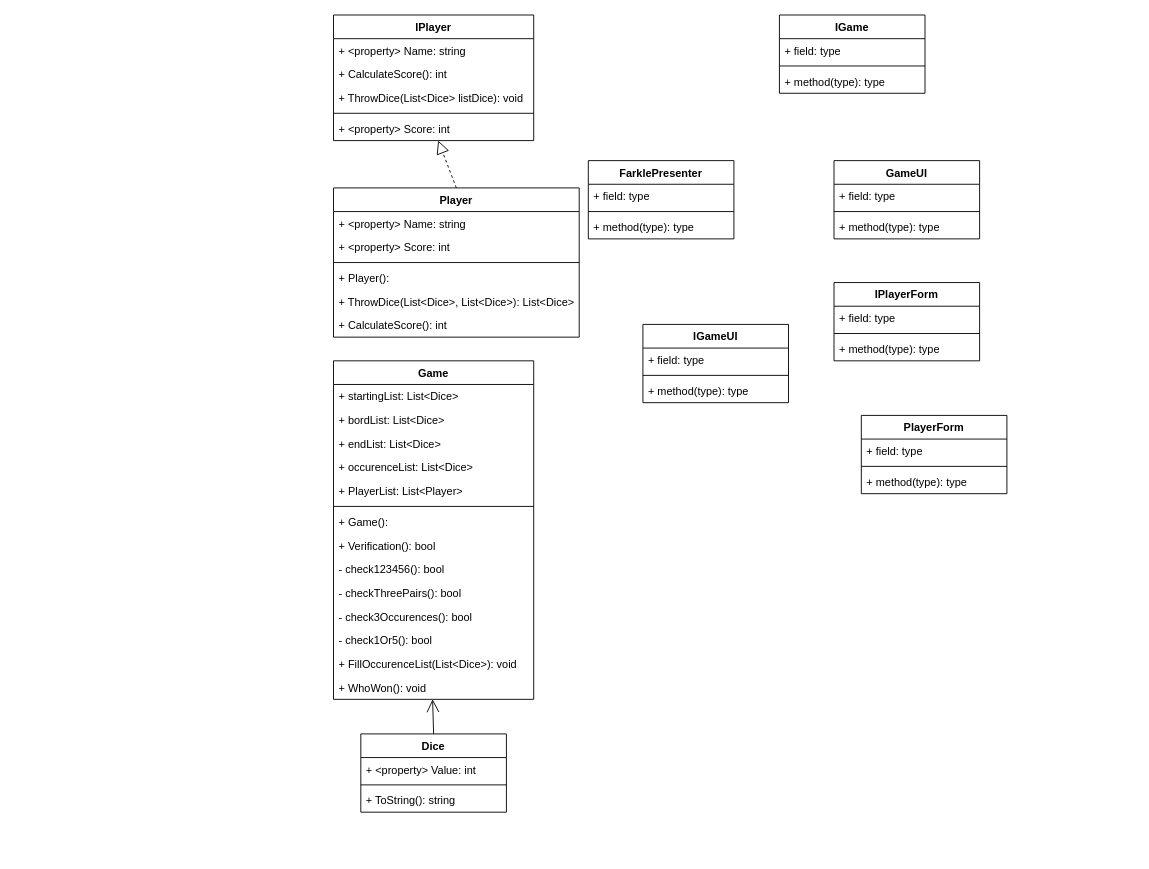
Above: FarkleUML.drawio in EricFunes/Farkle (draw.io), before the change. Source tidied: cells renumbered, new cells numbered last; positions are measured from the earlier drawing's top-left corner, leaving out a move shared by most shapes. Both pictures are drawn from the tidied source at 91%, with x=0, y=0 at pixel (333, 15).
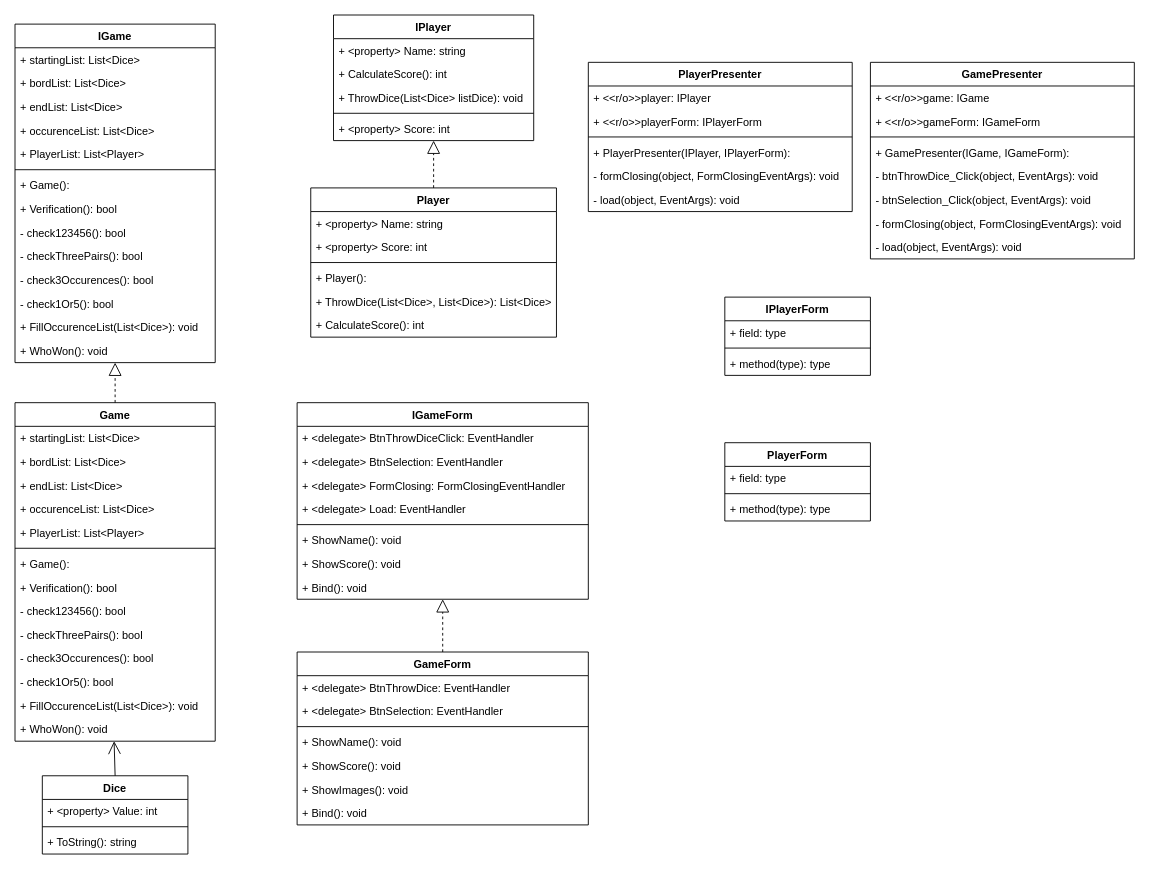
After the change.

What changed in the source:
```diff
@@
     <mxCell id="2" value="Player" style="swimlane;fontStyle=1;align=center;verticalAlign=top;horizontal=1;startSize=26;" parent="1" vertex="1">
-      <mxGeometry y="190" width="270" height="164" as="geometry" />
+      <mxGeometry x="-25" y="190" width="270" height="164" as="geometry" />
     </mxCell>
@@
     <mxCell id="9" value="IPlayerForm" style="swimlane;fontStyle=1;align=center;verticalAlign=top;horizontal=1;startSize=26;" parent="1" vertex="1">
-      <mxGeometry x="550" y="294" width="160" height="86" as="geometry" />
+      <mxGeometry x="430" y="310" width="160" height="86" as="geometry" />
     </mxCell>
@@
     <mxCell id="13" value="Dice" style="swimlane;fontStyle=1;align=center;verticalAlign=top;horizontal=1;startSize=26;" parent="1" vertex="1">
-      <mxGeometry x="30" y="790" width="160" height="86" as="geometry" />
+      <mxGeometry x="-320" y="836" width="160" height="86" as="geometry" />
     </mxCell>
@@
-    <mxCell id="17" value="IGame" style="swimlane;fontStyle=1;align=center;verticalAlign=top;horizontal=1;startSize=26;" parent="1" vertex="1">
-      <mxGeometry x="490" width="160" height="86" as="geometry" />
-    </mxCell>
-    <mxCell id="18" value="+ field: type" style="text;strokeColor=none;fillColor=none;align=left;verticalAlign=top;spacingLeft=4;spacingRight=4;overflow=hidden;" parent="17" vertex="1">
-      <mxGeometry y="26" width="160" height="26" as="geometry" />
-    </mxCell>
-    <mxCell id="19" style="line;strokeWidth=1;fillColor=none;align=left;verticalAlign=middle;spacingTop=-1;spacingLeft=3;spacingRight=3;labelPosition=right;" parent="17" vertex="1">
-      <mxGeometry y="52" width="160" height="8" as="geometry" />
-    </mxCell>
-    <mxCell id="20" value="+ method(type): type" style="text;strokeColor=none;fillColor=none;align=left;verticalAlign=top;spacingLeft=4;spacingRight=4;overflow=hidden;" parent="17" vertex="1">
-      <mxGeometry y="60" width="160" height="26" as="geometry" />
-    </mxCell>
-    <mxCell id="21" value="GameUI" style="swimlane;fontStyle=1;align=center;verticalAlign=top;horizontal=1;startSize=26;" parent="1" vertex="1">
-      <mxGeometry x="550" y="160" width="160" height="86" as="geometry" />
-    </mxCell>
-    <mxCell id="22" value="+ field: type" style="text;strokeColor=none;fillColor=none;align=left;verticalAlign=top;spacingLeft=4;spacingRight=4;overflow=hidden;" parent="21" vertex="1">
-      <mxGeometry y="26" width="160" height="26" as="geometry" />
-    </mxCell>
-    <mxCell id="23" style="line;strokeWidth=1;fillColor=none;align=left;verticalAlign=middle;spacingTop=-1;spacingLeft=3;spacingRight=3;labelPosition=right;" parent="21" vertex="1">
-      <mxGeometry y="52" width="160" height="8" as="geometry" />
-    </mxCell>
-    <mxCell id="24" value="+ method(type): type" style="text;strokeColor=none;fillColor=none;align=left;verticalAlign=top;spacingLeft=4;spacingRight=4;overflow=hidden;" parent="21" vertex="1">
-      <mxGeometry y="60" width="160" height="26" as="geometry" />
-    </mxCell>
-    <mxCell id="25" value="IGameUI" style="swimlane;fontStyle=1;align=center;verticalAlign=top;horizontal=1;startSize=26;" parent="1" vertex="1">
-      <mxGeometry x="340" y="340" width="160" height="86" as="geometry" />
+    <mxCell id="25" value="IGameForm" style="swimlane;fontStyle=1;align=center;verticalAlign=top;horizontal=1;startSize=26;" parent="1" vertex="1">
+      <mxGeometry x="-40" y="426" width="320" height="216" as="geometry" />
     </mxCell>
-    <mxCell id="26" value="+ field: type" style="text;strokeColor=none;fillColor=none;align=left;verticalAlign=top;spacingLeft=4;spacingRight=4;overflow=hidden;" parent="25" vertex="1">
-      <mxGeometry y="26" width="160" height="26" as="geometry" />
+    <mxCell id="26" value="+ &lt;delegate&gt; BtnThrowDiceClick: EventHandler" style="text;strokeColor=none;fillColor=none;align=left;verticalAlign=top;spacingLeft=4;spacingRight=4;overflow=hidden;" parent="25" vertex="1">
+      <mxGeometry y="26" width="320" height="26" as="geometry" />
     </mxCell>
+    <mxCell id="60" value="+ &lt;delegate&gt; BtnSelection: EventHandler" style="text;strokeColor=none;fillColor=none;align=left;verticalAlign=top;spacingLeft=4;spacingRight=4;overflow=hidden;" parent="25" vertex="1">
+      <mxGeometry y="52" width="320" height="26" as="geometry" />
+    </mxCell>
+    <mxCell id="61" value="+ &lt;delegate&gt; FormClosing: FormClosingEventHandler" style="text;strokeColor=none;fillColor=none;align=left;verticalAlign=top;spacingLeft=4;spacingRight=4;overflow=hidden;" parent="25" vertex="1">
+      <mxGeometry y="78" width="320" height="26" as="geometry" />
+    </mxCell>
+    <mxCell id="62" value="+ &lt;delegate&gt; Load: EventHandler" style="text;strokeColor=none;fillColor=none;align=left;verticalAlign=top;spacingLeft=4;spacingRight=4;overflow=hidden;" parent="25" vertex="1">
+      <mxGeometry y="104" width="320" height="26" as="geometry" />
+    </mxCell>
     <mxCell id="27" style="line;strokeWidth=1;fillColor=none;align=left;verticalAlign=middle;spacingTop=-1;spacingLeft=3;spacingRight=3;labelPosition=right;" parent="25" vertex="1">
-      <mxGeometry y="52" width="160" height="8" as="geometry" />
+      <mxGeometry y="130" width="320" height="8" as="geometry" />
     </mxCell>
-    <mxCell id="28" value="+ method(type): type" style="text;strokeColor=none;fillColor=none;align=left;verticalAlign=top;spacingLeft=4;spacingRight=4;overflow=hidden;" parent="25" vertex="1">
-      <mxGeometry y="60" width="160" height="26" as="geometry" />
+    <mxCell id="28" value="+ ShowName(): void" style="text;strokeColor=none;fillColor=none;align=left;verticalAlign=top;spacingLeft=4;spacingRight=4;overflow=hidden;" parent="25" vertex="1">
+      <mxGeometry y="138" width="320" height="26" as="geometry" />
     </mxCell>
+    <mxCell id="63" value="+ ShowScore(): void" style="text;strokeColor=none;fillColor=none;align=left;verticalAlign=top;spacingLeft=4;spacingRight=4;overflow=hidden;" parent="25" vertex="1">
+      <mxGeometry y="164" width="320" height="26" as="geometry" />
+    </mxCell>
+    <mxCell id="64" value="+ Bind(): void" style="text;strokeColor=none;fillColor=none;align=left;verticalAlign=top;spacingLeft=4;spacingRight=4;overflow=hidden;" parent="25" vertex="1">
+      <mxGeometry y="190" width="320" height="26" as="geometry" />
+    </mxCell>
     <mxCell id="29" value="PlayerForm" style="swimlane;fontStyle=1;align=center;verticalAlign=top;horizontal=1;startSize=26;" parent="1" vertex="1">
-      <mxGeometry x="580" y="440" width="160" height="86" as="geometry" />
+      <mxGeometry x="430" y="470" width="160" height="86" as="geometry" />
     </mxCell>
@@
-    <mxCell id="39" value="FarklePresenter" style="swimlane;fontStyle=1;align=center;verticalAlign=top;horizontal=1;startSize=26;" parent="1" vertex="1">
-      <mxGeometry x="280" y="160" width="160" height="86" as="geometry" />
+    <mxCell id="39" value="GamePresenter" style="swimlane;fontStyle=1;align=center;verticalAlign=top;horizontal=1;startSize=26;" parent="1" vertex="1">
+      <mxGeometry x="590" y="52" width="290" height="216" as="geometry" />
     </mxCell>
-    <mxCell id="40" value="+ field: type" style="text;strokeColor=none;fillColor=none;align=left;verticalAlign=top;spacingLeft=4;spacingRight=4;overflow=hidden;" parent="39" vertex="1">
-      <mxGeometry y="26" width="160" height="26" as="geometry" />
+    <mxCell id="40" value="+ &lt;&lt;r/o&gt;&gt;game: IGame" style="text;strokeColor=none;fillColor=none;align=left;verticalAlign=top;spacingLeft=4;spacingRight=4;overflow=hidden;" parent="39" vertex="1">
+      <mxGeometry y="26" width="290" height="26" as="geometry" />
     </mxCell>
+    <mxCell id="65" value="+ &lt;&lt;r/o&gt;&gt;gameForm: IGameForm" style="text;strokeColor=none;fillColor=none;align=left;verticalAlign=top;spacingLeft=4;spacingRight=4;overflow=hidden;" parent="39" vertex="1">
+      <mxGeometry y="52" width="290" height="26" as="geometry" />
+    </mxCell>
     <mxCell id="41" style="line;strokeWidth=1;fillColor=none;align=left;verticalAlign=middle;spacingTop=-1;spacingLeft=3;spacingRight=3;labelPosition=right;" parent="39" vertex="1">
-      <mxGeometry y="52" width="160" height="8" as="geometry" />
+      <mxGeometry y="78" width="290" height="8" as="geometry" />
     </mxCell>
-    <mxCell id="42" value="+ method(type): type" style="text;strokeColor=none;fillColor=none;align=left;verticalAlign=top;spacingLeft=4;spacingRight=4;overflow=hidden;" parent="39" vertex="1">
-      <mxGeometry y="60" width="160" height="26" as="geometry" />
+    <mxCell id="42" value="+ GamePresenter(IGame, IGameForm): " style="text;strokeColor=none;fillColor=none;align=left;verticalAlign=top;spacingLeft=4;spacingRight=4;overflow=hidden;" parent="39" vertex="1">
+      <mxGeometry y="86" width="290" height="26" as="geometry" />
     </mxCell>
+    <mxCell id="66" value="- btnThrowDice_Click(object, EventArgs): void" style="text;strokeColor=none;fillColor=none;align=left;verticalAlign=top;spacingLeft=4;spacingRight=4;overflow=hidden;" parent="39" vertex="1">
+      <mxGeometry y="112" width="290" height="26" as="geometry" />
+    </mxCell>
+    <mxCell id="67" value="- btnSelection_Click(object, EventArgs): void" style="text;strokeColor=none;fillColor=none;align=left;verticalAlign=top;spacingLeft=4;spacingRight=4;overflow=hidden;" parent="39" vertex="1">
+      <mxGeometry y="138" width="290" height="26" as="geometry" />
+    </mxCell>
+    <mxCell id="68" value="- formClosing(object, FormClosingEventArgs): void" style="text;strokeColor=none;fillColor=none;align=left;verticalAlign=top;spacingLeft=4;spacingRight=4;overflow=hidden;" parent="39" vertex="1">
+      <mxGeometry y="164" width="290" height="26" as="geometry" />
+    </mxCell>
+    <mxCell id="69" value="- load(object, EventArgs): void" style="text;strokeColor=none;fillColor=none;align=left;verticalAlign=top;spacingLeft=4;spacingRight=4;overflow=hidden;" parent="39" vertex="1">
+      <mxGeometry y="190" width="290" height="26" as="geometry" />
+    </mxCell>
     <mxCell id="43" value="Game" style="swimlane;fontStyle=1;align=center;verticalAlign=top;horizontal=1;startSize=26;" parent="1" vertex="1">
-      <mxGeometry y="380" width="220" height="372" as="geometry" />
+      <mxGeometry x="-350" y="426" width="220" height="372" as="geometry" />
     </mxCell>
@@
+    <mxCell id="17" value="IGame" style="swimlane;fontStyle=1;align=center;verticalAlign=top;horizontal=1;startSize=26;" parent="1" vertex="1">
+      <mxGeometry x="-350" y="10" width="220" height="372" as="geometry" />
+    </mxCell>
+    <mxCell id="70" value="+ startingList: List&lt;Dice&gt;" style="text;strokeColor=none;fillColor=none;align=left;verticalAlign=top;spacingLeft=4;spacingRight=4;overflow=hidden;" parent="17" vertex="1">
+      <mxGeometry y="26" width="220" height="26" as="geometry" />
+    </mxCell>
+    <mxCell id="71" value="+ bordList: List&lt;Dice&gt;" style="text;strokeColor=none;fillColor=none;align=left;verticalAlign=top;spacingLeft=4;spacingRight=4;overflow=hidden;" parent="17" vertex="1">
+      <mxGeometry y="52" width="220" height="26" as="geometry" />
+    </mxCell>
+    <mxCell id="72" value="+ endList: List&lt;Dice&gt;" style="text;strokeColor=none;fillColor=none;align=left;verticalAlign=top;spacingLeft=4;spacingRight=4;overflow=hidden;" parent="17" vertex="1">
+      <mxGeometry y="78" width="220" height="26" as="geometry" />
+    </mxCell>
+    <mxCell id="73" value="+ occurenceList: List&lt;Dice&gt;" style="text;strokeColor=none;fillColor=none;align=left;verticalAlign=top;spacingLeft=4;spacingRight=4;overflow=hidden;" parent="17" vertex="1">
+      <mxGeometry y="104" width="220" height="26" as="geometry" />
+    </mxCell>
+    <mxCell id="74" value="+ PlayerList: List&lt;Player&gt;" style="text;strokeColor=none;fillColor=none;align=left;verticalAlign=top;spacingLeft=4;spacingRight=4;overflow=hidden;" parent="17" vertex="1">
+      <mxGeometry y="130" width="220" height="26" as="geometry" />
+    </mxCell>
+    <mxCell id="75" style="line;strokeWidth=1;fillColor=none;align=left;verticalAlign=middle;spacingTop=-1;spacingLeft=3;spacingRight=3;labelPosition=right;" parent="17" vertex="1">
+      <mxGeometry y="156" width="220" height="8" as="geometry" />
+    </mxCell>
+    <mxCell id="76" value="+ Game():" style="text;strokeColor=none;fillColor=none;align=left;verticalAlign=top;spacingLeft=4;spacingRight=4;overflow=hidden;" parent="17" vertex="1">
+      <mxGeometry y="164" width="220" height="26" as="geometry" />
+    </mxCell>
+    <mxCell id="77" value="+ Verification(): bool" style="text;strokeColor=none;fillColor=none;align=left;verticalAlign=top;spacingLeft=4;spacingRight=4;overflow=hidden;" parent="17" vertex="1">
+      <mxGeometry y="190" width="220" height="26" as="geometry" />
+    </mxCell>
+    <mxCell id="78" value="- check123456(): bool" style="text;strokeColor=none;fillColor=none;align=left;verticalAlign=top;spacingLeft=4;spacingRight=4;overflow=hidden;" parent="17" vertex="1">
+      <mxGeometry y="216" width="220" height="26" as="geometry" />
+    </mxCell>
+    <mxCell id="79" value="- checkThreePairs(): bool" style="text;strokeColor=none;fillColor=none;align=left;verticalAlign=top;spacingLeft=4;spacingRight=4;overflow=hidden;" parent="17" vertex="1">
+      <mxGeometry y="242" width="220" height="26" as="geometry" />
+    </mxCell>
+    <mxCell id="80" value="- check3Occurences(): bool" style="text;strokeColor=none;fillColor=none;align=left;verticalAlign=top;spacingLeft=4;spacingRight=4;overflow=hidden;" parent="17" vertex="1">
+      <mxGeometry y="268" width="220" height="26" as="geometry" />
+    </mxCell>
+    <mxCell id="81" value="- check1Or5(): bool" style="text;strokeColor=none;fillColor=none;align=left;verticalAlign=top;spacingLeft=4;spacingRight=4;overflow=hidden;" parent="17" vertex="1">
+      <mxGeometry y="294" width="220" height="26" as="geometry" />
+    </mxCell>
+    <mxCell id="82" value="+ FillOccurenceList(List&lt;Dice&gt;): void" style="text;strokeColor=none;fillColor=none;align=left;verticalAlign=top;spacingLeft=4;spacingRight=4;overflow=hidden;" parent="17" vertex="1">
+      <mxGeometry y="320" width="220" height="26" as="geometry" />
+    </mxCell>
+    <mxCell id="83" value="+ WhoWon(): void" style="text;strokeColor=none;fillColor=none;align=left;verticalAlign=top;spacingLeft=4;spacingRight=4;overflow=hidden;points=[[0,0.5],[1,0.5]];portConstraint=eastwest;" parent="17" vertex="1">
+      <mxGeometry y="346" width="220" height="26" as="geometry" />
+    </mxCell>
+    <mxCell id="84" style="endArrow=block;dashed=1;endFill=0;endSize=12;html=1;exitX=0.5;exitY=0;exitDx=0;exitDy=0;" parent="1" edge="1" source="43" target="83">
+      <mxGeometry relative="1" as="geometry" />
+    </mxCell>
+    <mxCell id="85" value="GameForm" style="swimlane;fontStyle=1;align=center;verticalAlign=top;horizontal=1;startSize=26;" parent="1" vertex="1">
+      <mxGeometry x="-40" y="700" width="320" height="190" as="geometry" />
+    </mxCell>
+    <mxCell id="86" value="+ &lt;delegate&gt; BtnThrowDice: EventHandler" style="text;strokeColor=none;fillColor=none;align=left;verticalAlign=top;spacingLeft=4;spacingRight=4;overflow=hidden;" parent="85" vertex="1">
+      <mxGeometry y="26" width="320" height="26" as="geometry" />
+    </mxCell>
+    <mxCell id="87" value="+ &lt;delegate&gt; BtnSelection: EventHandler" style="text;strokeColor=none;fillColor=none;align=left;verticalAlign=top;spacingLeft=4;spacingRight=4;overflow=hidden;" parent="85" vertex="1">
+      <mxGeometry y="52" width="320" height="26" as="geometry" />
+    </mxCell>
+    <mxCell id="88" style="line;strokeWidth=1;fillColor=none;align=left;verticalAlign=middle;spacingTop=-1;spacingLeft=3;spacingRight=3;labelPosition=right;" parent="85" vertex="1">
+      <mxGeometry y="78" width="320" height="8" as="geometry" />
+    </mxCell>
+    <mxCell id="89" value="+ ShowName(): void" style="text;strokeColor=none;fillColor=none;align=left;verticalAlign=top;spacingLeft=4;spacingRight=4;overflow=hidden;" parent="85" vertex="1">
+      <mxGeometry y="86" width="320" height="26" as="geometry" />
+    </mxCell>
+    <mxCell id="90" value="+ ShowScore(): void" style="text;strokeColor=none;fillColor=none;align=left;verticalAlign=top;spacingLeft=4;spacingRight=4;overflow=hidden;" parent="85" vertex="1">
+      <mxGeometry y="112" width="320" height="26" as="geometry" />
+    </mxCell>
+    <mxCell id="91" value="+ ShowImages(): void" style="text;strokeColor=none;fillColor=none;align=left;verticalAlign=top;spacingLeft=4;spacingRight=4;overflow=hidden;" parent="85" vertex="1">
+      <mxGeometry y="138" width="320" height="26" as="geometry" />
+    </mxCell>
+    <mxCell id="92" value="+ Bind(): void" style="text;strokeColor=none;fillColor=none;align=left;verticalAlign=top;spacingLeft=4;spacingRight=4;overflow=hidden;" parent="85" vertex="1">
+      <mxGeometry y="164" width="320" height="26" as="geometry" />
+    </mxCell>
+    <mxCell id="93" style="endArrow=block;dashed=1;endFill=0;endSize=12;html=1;exitX=0.5;exitY=0;exitDx=0;exitDy=0;" parent="1" edge="1" source="85" target="25">
+      <mxGeometry relative="1" as="geometry" />
+    </mxCell>
+    <mxCell id="94" value="PlayerPresenter" style="swimlane;fontStyle=1;align=center;verticalAlign=top;horizontal=1;startSize=26;" parent="1" vertex="1">
+      <mxGeometry x="280" y="52" width="290" height="164" as="geometry" />
+    </mxCell>
+    <mxCell id="95" value="+ &lt;&lt;r/o&gt;&gt;player: IPlayer" style="text;strokeColor=none;fillColor=none;align=left;verticalAlign=top;spacingLeft=4;spacingRight=4;overflow=hidden;" parent="94" vertex="1">
+      <mxGeometry y="26" width="290" height="26" as="geometry" />
+    </mxCell>
+    <mxCell id="96" value="+ &lt;&lt;r/o&gt;&gt;playerForm: IPlayerForm" style="text;strokeColor=none;fillColor=none;align=left;verticalAlign=top;spacingLeft=4;spacingRight=4;overflow=hidden;" parent="94" vertex="1">
+      <mxGeometry y="52" width="290" height="26" as="geometry" />
+    </mxCell>
+    <mxCell id="97" style="line;strokeWidth=1;fillColor=none;align=left;verticalAlign=middle;spacingTop=-1;spacingLeft=3;spacingRight=3;labelPosition=right;" parent="94" vertex="1">
+      <mxGeometry y="78" width="290" height="8" as="geometry" />
+    </mxCell>
+    <mxCell id="98" value="+ PlayerPresenter(IPlayer, IPlayerForm): " style="text;strokeColor=none;fillColor=none;align=left;verticalAlign=top;spacingLeft=4;spacingRight=4;overflow=hidden;" parent="94" vertex="1">
+      <mxGeometry y="86" width="290" height="26" as="geometry" />
+    </mxCell>
+    <mxCell id="99" value="- formClosing(object, FormClosingEventArgs): void" style="text;strokeColor=none;fillColor=none;align=left;verticalAlign=top;spacingLeft=4;spacingRight=4;overflow=hidden;" parent="94" vertex="1">
+      <mxGeometry y="112" width="290" height="26" as="geometry" />
+    </mxCell>
+    <mxCell id="100" value="- load(object, EventArgs): void" style="text;strokeColor=none;fillColor=none;align=left;verticalAlign=top;spacingLeft=4;spacingRight=4;overflow=hidden;" parent="94" vertex="1">
+      <mxGeometry y="138" width="290" height="26" as="geometry" />
+    </mxCell>
```
